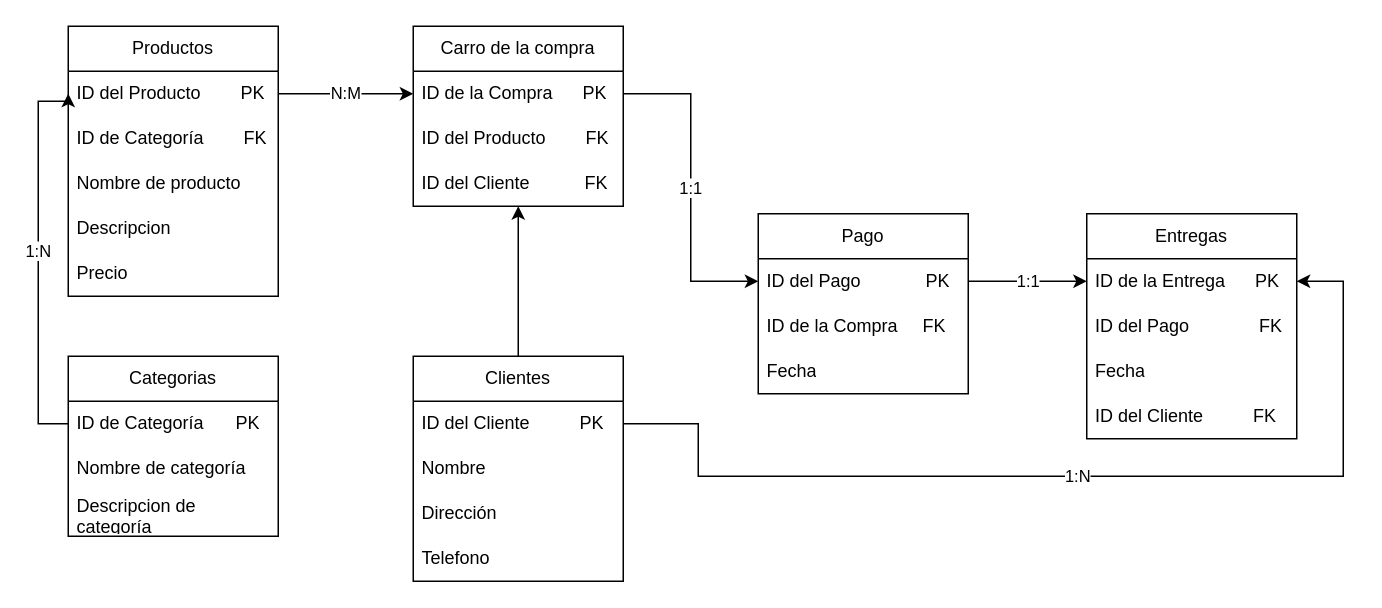
AnderCasillas/images keeps this draw.io diagram as diagrama-entidad-relacion.drawio. Above is the earlier version. Source tidied: cells renumbered, new cells numbered last; positions are measured from the earlier drawing's top-left corner, leaving out a move shared by most shapes. Both pictures are drawn from the tidied source at 150%, with x=0, y=0 at pixel (38, 26).
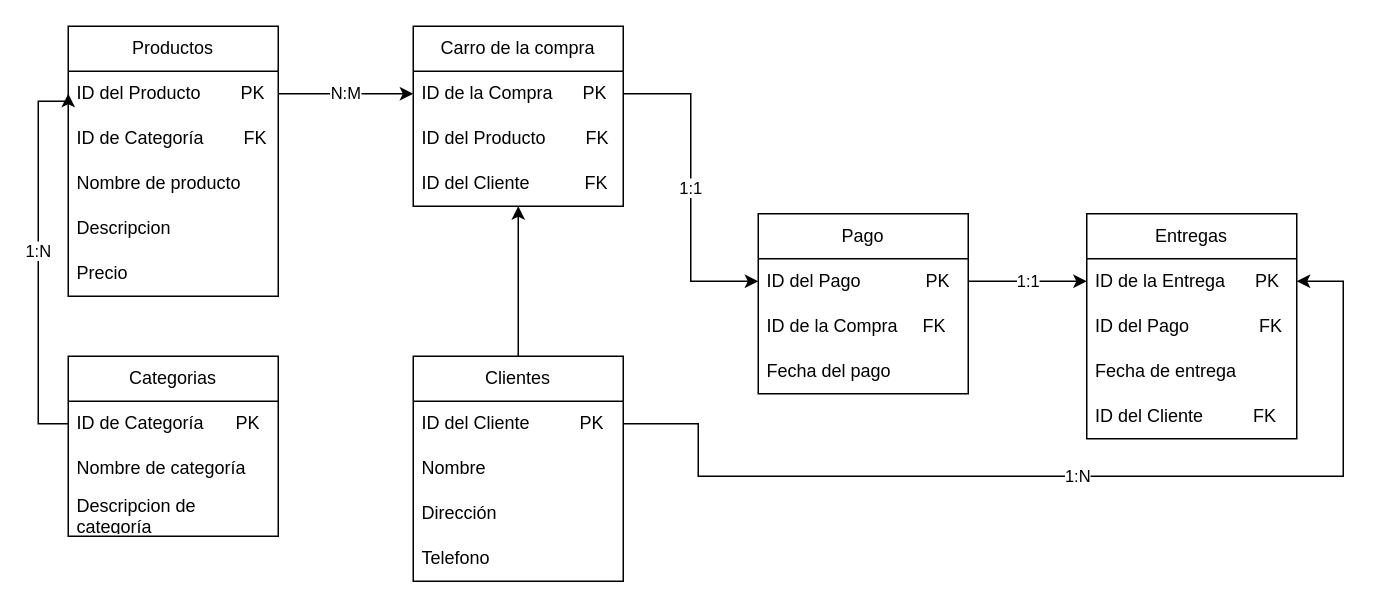
Above is the later version.

The change refers to these unchanged cells:
```xml
<mxCell id="10" value="Entregas" style="swimlane;fontStyle=0;horizontal=1;startSize=30;whiteSpace=wrap;html=1;" parent="1" vertex="1">
  <mxGeometry x="699" y="125" width="140" height="150" as="geometry" />
</mxCell>
<mxCell id="28" value="Pago" style="swimlane;fontStyle=0;horizontal=1;startSize=30;whiteSpace=wrap;html=1;" parent="1" vertex="1">
  <mxGeometry x="480" y="125" width="140" height="120" as="geometry" />
</mxCell>
```

Diff of the diagram source:
```diff
@@
-    <mxCell id="13" value="Fecha" style="text;strokeColor=none;fillColor=none;align=left;verticalAlign=middle;spacingLeft=4;spacingRight=4;overflow=hidden;whiteSpace=wrap;html=1;" parent="10" vertex="1">
+    <mxCell id="13" value="Fecha de entrega" style="text;strokeColor=none;fillColor=none;align=left;verticalAlign=middle;spacingLeft=4;spacingRight=4;overflow=hidden;whiteSpace=wrap;html=1;" parent="10" vertex="1">
       <mxGeometry y="90" width="140" height="30" as="geometry" />
     </mxCell>
@@
-    <mxCell id="31" value="Fecha" style="text;strokeColor=none;fillColor=none;align=left;verticalAlign=middle;spacingLeft=4;spacingRight=4;overflow=hidden;whiteSpace=wrap;html=1;" parent="28" vertex="1">
+    <mxCell id="31" value="Fecha del pago" style="text;strokeColor=none;fillColor=none;align=left;verticalAlign=middle;spacingLeft=4;spacingRight=4;overflow=hidden;whiteSpace=wrap;html=1;" parent="28" vertex="1">
       <mxGeometry y="90" width="140" height="30" as="geometry" />
     </mxCell>
```
